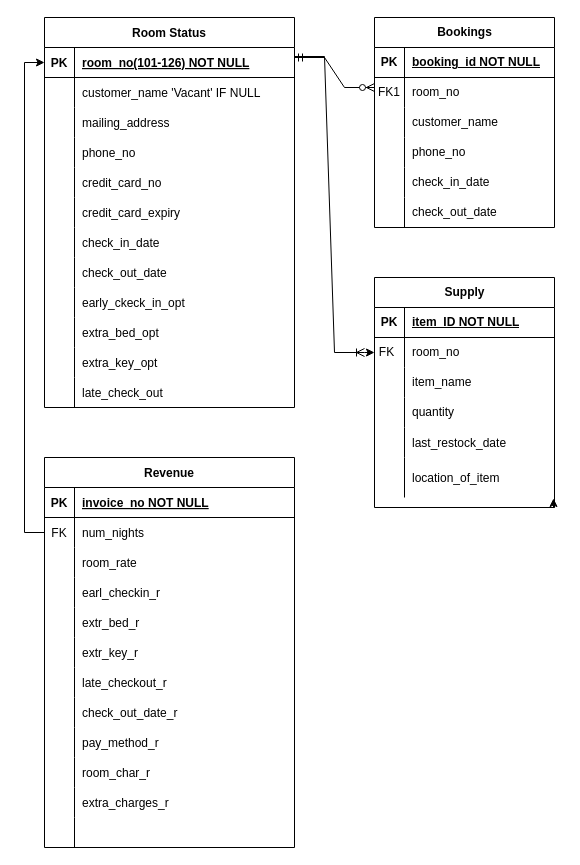
Above: QAP4 SG8 Sleep-Tite Motel/SleepTiteERD.drawio in ZCollier-dev/keyin-qap4-zc (draw.io), before the change. Source tidied: cells renumbered, new cells numbered last; positions are measured from the earlier drawing's top-left corner, leaving out a move shared by most shapes. Both pictures are drawn from the tidied source at 100%, with x=0, y=0 at pixel (44, 17).
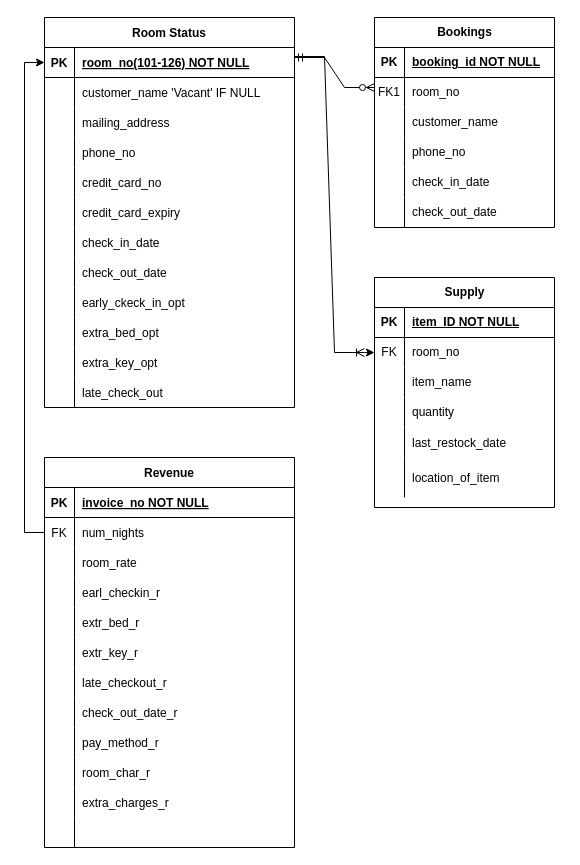
The same diagram, later.

Commit message:
ERD Cleanup

The change refers to these unchanged cells:
```xml
<mxCell id="98" value="Supply" style="shape=table;startSize=30;childLayout=tableLayout;rowLines=0;fontStyle=1;align=center;html=1;" parent="1" vertex="1">
  <mxGeometry x="330" y="260" width="180" height="230" as="geometry" />
</mxCell>
<mxCell id="102" style="shape=tableRow;horizontal=0;startSize=0;swimlaneHead=0;swimlaneBody=0;fillColor=none;top=0;left=0;right=0;bottom=0;" parent="98" vertex="1">
  <mxGeometry y="60" width="180" height="30" as="geometry" />
</mxCell>
<mxCell id="114" style="shape=tableRow;horizontal=0;startSize=0;swimlaneHead=0;swimlaneBody=0;fillColor=none;points=[[0,0.5],[1,0.5]];portConstraint=eastwest;top=0;left=0;right=0;bottom=0;" parent="98" vertex="1">
  <mxGeometry y="180" width="180" height="40" as="geometry" />
</mxCell>
```

What changed in the source:
```diff
@@
-    <mxCell id="97" style="edgeStyle=entityRelationEdgeStyle;fontSize=12;html=1;endArrow=ERoneToMany;rounded=0;exitX=1.008;exitY=0.3;exitDx=0;exitDy=0;exitPerimeter=0;" parent="1" edge="1" target="118">
+    <mxCell id="97" style="edgeStyle=entityRelationEdgeStyle;fontSize=12;html=1;endArrow=ERoneToMany;rounded=0;exitX=1.008;exitY=0.3;exitDx=0;exitDy=0;exitPerimeter=0;" parent="1" edge="1">
       <mxGeometry relative="1" as="geometry">
         <mxPoint x="250" y="39" as="sourcePoint" />
+        <mxPoint x="320" y="335" as="targetPoint" />
         <Array as="points">
           <mxPoint x="290" y="330" />
         </Array>
       </mxGeometry>
     </mxCell>
@@
-    <mxCell id="103" style="shape=partialRectangle;fillColor=none;top=0;left=0;bottom=0;right=0;overflow=hidden;whiteSpace=wrap;html=1;" parent="102" vertex="1">
+    <mxCell id="103" value="FK" style="shape=partialRectangle;fillColor=none;top=0;left=0;bottom=0;right=0;overflow=hidden;whiteSpace=wrap;html=1;" parent="102" vertex="1">
       <mxGeometry width="30" height="30" as="geometry" />
     </mxCell>
@@
-    <mxCell id="117" style="edgeStyle=elbowEdgeStyle;rounded=0;jettySize=auto;html=1;exitX=1;exitY=1;exitDx=0;exitDy=0;entryX=0.994;entryY=1.025;entryDx=0;entryDy=0;entryPerimeter=0;" parent="98" edge="1" source="98" target="114">
-      <mxGeometry relative="1" as="geometry" />
-    </mxCell>
-    <mxCell id="118" value="FK" style="text;html=1;align=center;verticalAlign=middle;whiteSpace=wrap;rounded=0;" parent="1" vertex="1">
-      <mxGeometry x="320" y="320" width="45" height="30" as="geometry" />
-    </mxCell>
-    <mxCell id="119" style="edgeStyle=elbowEdgeStyle;rounded=0;jettySize=auto;html=1;exitX=0;exitY=0.5;exitDx=0;exitDy=0;" parent="1" edge="1" source="118">
+    <mxCell id="119" style="edgeStyle=elbowEdgeStyle;rounded=0;orthogonalLoop=1;jettySize=auto;html=1;exitX=0;exitY=0.5;exitDx=0;exitDy=0;" parent="1" edge="1">
       <mxGeometry relative="1" as="geometry">
+        <mxPoint x="320" y="335" as="sourcePoint" />
         <mxPoint x="330" y="335" as="targetPoint" />
       </mxGeometry>
     </mxCell>
```
